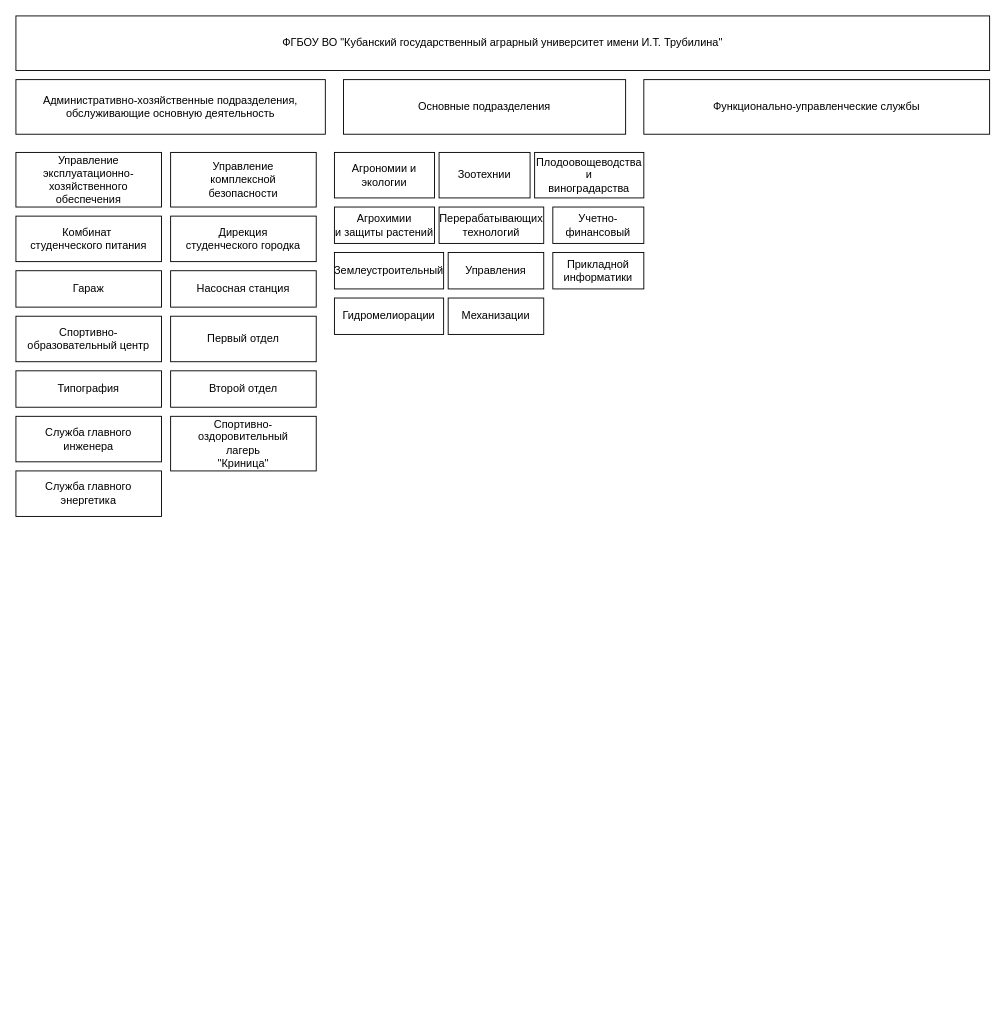
The draw.io diagram Диаграмма без названия.drawio in dariaperepechina/graph, before the edit. Source tidied: cells renumbered, new cells numbered last; positions are measured from the earlier drawing's top-left corner, leaving out a move shared by most shapes. Both pictures are drawn from the tidied source at 91%, with x=0, y=0 at pixel (15, 15).
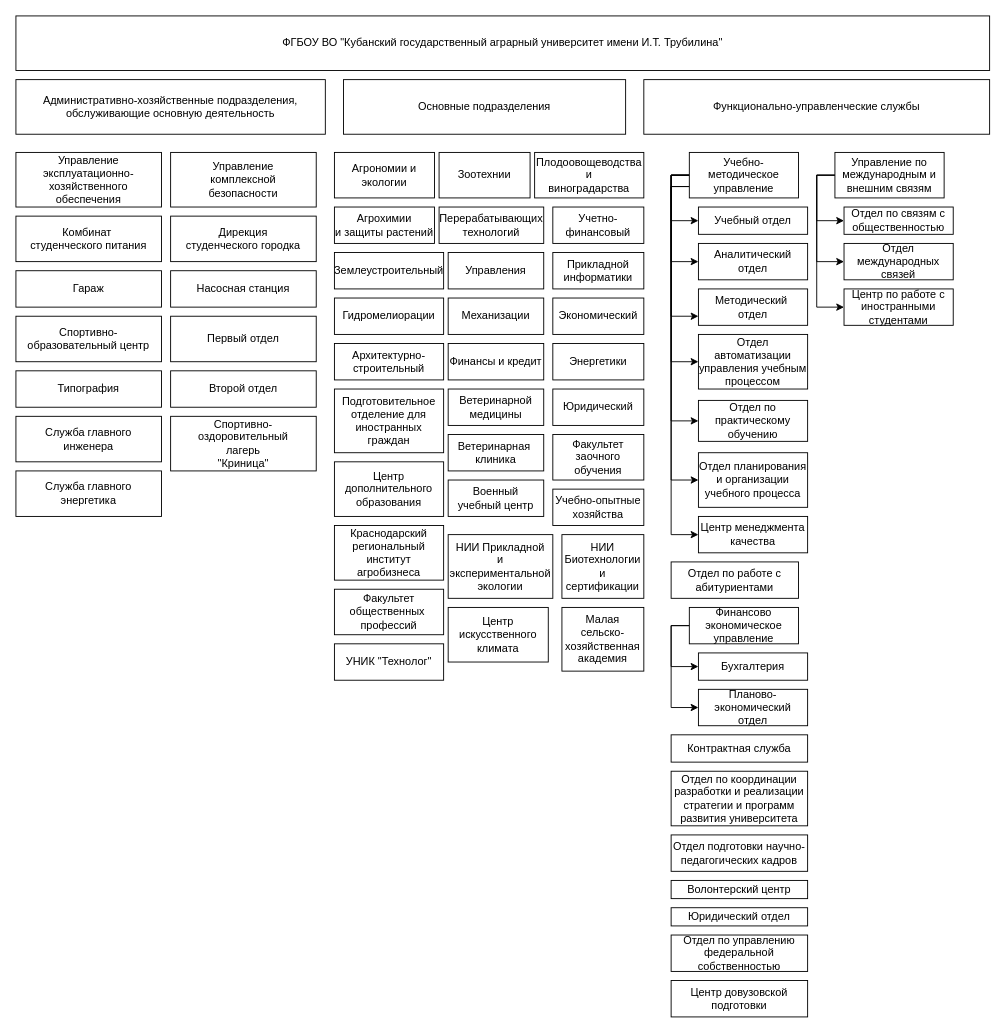
The same page after the edit.

Diff of the diagram source:
```diff
@@
+    <mxCell id="30" value="Экономический" style="rounded=0;whiteSpace=wrap;html=1;" parent="1" vertex="1">
+      <mxGeometry x="590" y="310" width="100" height="40" as="geometry" />
+    </mxCell>
+    <mxCell id="31" value="Архитектурно-&lt;br&gt;строительный" style="rounded=0;whiteSpace=wrap;html=1;" parent="1" vertex="1">
+      <mxGeometry x="350" y="360" width="120" height="40" as="geometry" />
+    </mxCell>
+    <mxCell id="32" value="Финансы и кредит" style="rounded=0;whiteSpace=wrap;html=1;" parent="1" vertex="1">
+      <mxGeometry x="475" y="360" width="105" height="40" as="geometry" />
+    </mxCell>
+    <mxCell id="33" value="Энергетики" style="rounded=0;whiteSpace=wrap;html=1;" parent="1" vertex="1">
+      <mxGeometry x="590" y="360" width="100" height="40" as="geometry" />
+    </mxCell>
+    <mxCell id="34" value="Подготовительное&lt;br&gt;отделение для&lt;br&gt;иностранных&lt;br&gt;граждан" style="rounded=0;whiteSpace=wrap;html=1;" parent="1" vertex="1">
+      <mxGeometry x="350" y="410" width="120" height="70" as="geometry" />
+    </mxCell>
+    <mxCell id="35" value="Ветеринарной&lt;br&gt;медицины" style="rounded=0;whiteSpace=wrap;html=1;" parent="1" vertex="1">
+      <mxGeometry x="475" y="410" width="105" height="40" as="geometry" />
+    </mxCell>
+    <mxCell id="36" value="Юридический" style="rounded=0;whiteSpace=wrap;html=1;" parent="1" vertex="1">
+      <mxGeometry x="590" y="410" width="100" height="40" as="geometry" />
+    </mxCell>
+    <mxCell id="37" value="Центр&lt;br&gt;дополнительного&lt;br&gt;образования" style="rounded=0;whiteSpace=wrap;html=1;" parent="1" vertex="1">
+      <mxGeometry x="350" y="490" width="120" height="60" as="geometry" />
+    </mxCell>
+    <mxCell id="38" value="Ветеринарная&amp;nbsp;&lt;br&gt;клиника" style="rounded=0;whiteSpace=wrap;html=1;" parent="1" vertex="1">
+      <mxGeometry x="475" y="460" width="105" height="40" as="geometry" />
+    </mxCell>
+    <mxCell id="39" value="Факультет&lt;br&gt;заочного&lt;br&gt;обучения" style="rounded=0;whiteSpace=wrap;html=1;" parent="1" vertex="1">
+      <mxGeometry x="590" y="460" width="100" height="50" as="geometry" />
+    </mxCell>
+    <mxCell id="40" value="Краснодарский&lt;br&gt;региональный&lt;br&gt;институт&lt;br&gt;агробизнеса" style="rounded=0;whiteSpace=wrap;html=1;" parent="1" vertex="1">
+      <mxGeometry x="350" y="560" width="120" height="60" as="geometry" />
+    </mxCell>
+    <mxCell id="41" value="Военный&lt;br&gt;учебный центр" style="rounded=0;whiteSpace=wrap;html=1;" parent="1" vertex="1">
+      <mxGeometry x="475" y="510" width="105" height="40" as="geometry" />
+    </mxCell>
+    <mxCell id="42" value="Учебно-опытные&lt;br&gt;хозяйства" style="rounded=0;whiteSpace=wrap;html=1;" parent="1" vertex="1">
+      <mxGeometry x="590" y="520" width="100" height="40" as="geometry" />
+    </mxCell>
+    <mxCell id="43" value="Факультет&lt;br&gt;общественных&amp;nbsp;&lt;br&gt;профессий" style="rounded=0;whiteSpace=wrap;html=1;" parent="1" vertex="1">
+      <mxGeometry x="350" y="630" width="120" height="50" as="geometry" />
+    </mxCell>
+    <mxCell id="44" value="УНИК &quot;Технолог&quot;" style="rounded=0;whiteSpace=wrap;html=1;" parent="1" vertex="1">
+      <mxGeometry x="350" y="690" width="120" height="40" as="geometry" />
+    </mxCell>
+    <mxCell id="45" value="НИИ Прикладной&lt;br&gt;и&lt;br&gt;экспериментальной&lt;br&gt;экологии" style="rounded=0;whiteSpace=wrap;html=1;" parent="1" vertex="1">
+      <mxGeometry x="475" y="570" width="115" height="70" as="geometry" />
+    </mxCell>
+    <mxCell id="46" value="Центр&lt;br&gt;искусственного&lt;br&gt;климата" style="rounded=0;whiteSpace=wrap;html=1;" parent="1" vertex="1">
+      <mxGeometry x="475" y="650" width="110" height="60" as="geometry" />
+    </mxCell>
+    <mxCell id="47" value="НИИ&lt;br&gt;Биотехнологии&lt;br&gt;и&lt;br&gt;сертификации" style="rounded=0;whiteSpace=wrap;html=1;" parent="1" vertex="1">
+      <mxGeometry x="600" y="570" width="90" height="70" as="geometry" />
+    </mxCell>
+    <mxCell id="48" value="Малая&lt;br&gt;сельско-&lt;br&gt;хозяйственная академия" style="rounded=0;whiteSpace=wrap;html=1;" parent="1" vertex="1">
+      <mxGeometry x="600" y="650" width="90" height="70" as="geometry" />
+    </mxCell>
+    <mxCell id="49" style="edgeStyle=orthogonalEdgeStyle;rounded=0;jettySize=auto;html=1;exitX=0;exitY=0.5;exitDx=0;exitDy=0;entryX=0;entryY=0.5;entryDx=0;entryDy=0;" parent="1" edge="1" source="56" target="57">
+      <mxGeometry relative="1" as="geometry" />
+    </mxCell>
+    <mxCell id="50" style="edgeStyle=orthogonalEdgeStyle;rounded=0;jettySize=auto;html=1;exitX=0;exitY=0.5;exitDx=0;exitDy=0;entryX=0;entryY=0.5;entryDx=0;entryDy=0;" parent="1" edge="1" source="56" target="58">
+      <mxGeometry relative="1" as="geometry" />
+    </mxCell>
+    <mxCell id="51" style="edgeStyle=orthogonalEdgeStyle;rounded=0;jettySize=auto;html=1;exitX=0;exitY=0.5;exitDx=0;exitDy=0;entryX=0;entryY=0.75;entryDx=0;entryDy=0;" parent="1" edge="1" source="56" target="59">
+      <mxGeometry relative="1" as="geometry" />
+    </mxCell>
+    <mxCell id="52" style="edgeStyle=orthogonalEdgeStyle;rounded=0;jettySize=auto;html=1;exitX=0;exitY=0.75;exitDx=0;exitDy=0;entryX=0;entryY=0.5;entryDx=0;entryDy=0;" parent="1" edge="1" source="56" target="60">
+      <mxGeometry relative="1" as="geometry" />
+    </mxCell>
+    <mxCell id="53" style="edgeStyle=orthogonalEdgeStyle;rounded=0;jettySize=auto;html=1;exitX=0;exitY=0.75;exitDx=0;exitDy=0;entryX=0;entryY=0.5;entryDx=0;entryDy=0;" parent="1" edge="1" source="56" target="61">
+      <mxGeometry relative="1" as="geometry">
+        <Array as="points">
+          <mxPoint x="720" y="188" />
+          <mxPoint x="720" y="445" />
+        </Array>
+      </mxGeometry>
+    </mxCell>
+    <mxCell id="54" style="edgeStyle=orthogonalEdgeStyle;rounded=0;jettySize=auto;html=1;exitX=0;exitY=0.5;exitDx=0;exitDy=0;entryX=0;entryY=0.5;entryDx=0;entryDy=0;" parent="1" edge="1" source="56" target="62">
+      <mxGeometry relative="1" as="geometry" />
+    </mxCell>
+    <mxCell id="55" style="edgeStyle=orthogonalEdgeStyle;rounded=0;jettySize=auto;html=1;exitX=0;exitY=0.5;exitDx=0;exitDy=0;entryX=0;entryY=0.5;entryDx=0;entryDy=0;" parent="1" edge="1" source="56" target="63">
+      <mxGeometry relative="1" as="geometry" />
+    </mxCell>
+    <mxCell id="56" value="Учебно-методическое&lt;br&gt;управление" style="rounded=0;whiteSpace=wrap;html=1;" parent="1" vertex="1">
+      <mxGeometry x="740" y="150" width="120" height="50" as="geometry" />
+    </mxCell>
+    <mxCell id="57" value="Учебный отдел" style="rounded=0;whiteSpace=wrap;html=1;" parent="1" vertex="1">
+      <mxGeometry x="750" y="210" width="120" height="30" as="geometry" />
+    </mxCell>
+    <mxCell id="58" value="Аналитический&lt;br&gt;отдел" style="rounded=0;whiteSpace=wrap;html=1;" parent="1" vertex="1">
+      <mxGeometry x="750" y="250" width="120" height="40" as="geometry" />
+    </mxCell>
+    <mxCell id="59" value="Методический&amp;nbsp;&lt;br&gt;отдел" style="rounded=0;whiteSpace=wrap;html=1;" parent="1" vertex="1">
+      <mxGeometry x="750" y="300" width="120" height="40" as="geometry" />
+    </mxCell>
+    <mxCell id="60" value="Отдел автоматизации управления учебным процессом" style="rounded=0;whiteSpace=wrap;html=1;" parent="1" vertex="1">
+      <mxGeometry x="750" y="350" width="120" height="60" as="geometry" />
+    </mxCell>
+    <mxCell id="61" value="Отдел по практическому обучению" style="rounded=0;whiteSpace=wrap;html=1;" parent="1" vertex="1">
+      <mxGeometry x="750" y="422.5" width="120" height="45" as="geometry" />
+    </mxCell>
+    <mxCell id="62" value="Отдел планирования и организации учебного процесса" style="rounded=0;whiteSpace=wrap;html=1;" parent="1" vertex="1">
+      <mxGeometry x="750" y="480" width="120" height="60" as="geometry" />
+    </mxCell>
+    <mxCell id="63" value="Центр менеджмента качества" style="rounded=0;whiteSpace=wrap;html=1;" parent="1" vertex="1">
+      <mxGeometry x="750" y="550" width="120" height="40" as="geometry" />
+    </mxCell>
+    <mxCell id="64" value="Отдел по работе с абитуриентами" style="rounded=0;whiteSpace=wrap;html=1;" parent="1" vertex="1">
+      <mxGeometry x="720" y="600" width="140" height="40" as="geometry" />
+    </mxCell>
+    <mxCell id="65" style="edgeStyle=orthogonalEdgeStyle;rounded=0;jettySize=auto;html=1;exitX=0;exitY=0.5;exitDx=0;exitDy=0;entryX=0;entryY=0.5;entryDx=0;entryDy=0;" parent="1" edge="1" source="67" target="68">
+      <mxGeometry relative="1" as="geometry" />
+    </mxCell>
+    <mxCell id="66" style="edgeStyle=orthogonalEdgeStyle;rounded=0;jettySize=auto;html=1;exitX=0;exitY=0.5;exitDx=0;exitDy=0;entryX=0;entryY=0.5;entryDx=0;entryDy=0;" parent="1" edge="1" source="67" target="69">
+      <mxGeometry relative="1" as="geometry" />
+    </mxCell>
+    <mxCell id="67" value="Финансово экономическое управление" style="rounded=0;whiteSpace=wrap;html=1;" parent="1" vertex="1">
+      <mxGeometry x="740" y="650" width="120" height="40" as="geometry" />
+    </mxCell>
+    <mxCell id="68" value="Бухгалтерия" style="rounded=0;whiteSpace=wrap;html=1;" parent="1" vertex="1">
+      <mxGeometry x="750" y="700" width="120" height="30" as="geometry" />
+    </mxCell>
+    <mxCell id="69" value="Планово-экономический отдел" style="rounded=0;whiteSpace=wrap;html=1;" parent="1" vertex="1">
+      <mxGeometry x="750" y="740" width="120" height="40" as="geometry" />
+    </mxCell>
+    <mxCell id="70" value="Контрактная служба" style="rounded=0;whiteSpace=wrap;html=1;" parent="1" vertex="1">
+      <mxGeometry x="720" y="790" width="150" height="30" as="geometry" />
+    </mxCell>
+    <mxCell id="71" value="Отдел по координации разработки и реализации стратегии и программ развития университета" style="rounded=0;whiteSpace=wrap;html=1;" parent="1" vertex="1">
+      <mxGeometry x="720" y="830" width="150" height="60" as="geometry" />
+    </mxCell>
+    <mxCell id="72" value="Отдел подготовки научно- педагогических кадров" style="rounded=0;whiteSpace=wrap;html=1;" parent="1" vertex="1">
+      <mxGeometry x="720" y="900" width="150" height="40" as="geometry" />
+    </mxCell>
+    <mxCell id="73" value="Волонтерский центр" style="rounded=0;whiteSpace=wrap;html=1;" parent="1" vertex="1">
+      <mxGeometry x="720" y="950" width="150" height="20" as="geometry" />
+    </mxCell>
+    <mxCell id="74" value="Юридический отдел" style="rounded=0;whiteSpace=wrap;html=1;" parent="1" vertex="1">
+      <mxGeometry x="720" y="980" width="150" height="20" as="geometry" />
+    </mxCell>
+    <mxCell id="75" value="Отдел по управлению федеральной собственностью" style="rounded=0;whiteSpace=wrap;html=1;" parent="1" vertex="1">
+      <mxGeometry x="720" y="1010" width="150" height="40" as="geometry" />
+    </mxCell>
+    <mxCell id="76" value="Центр довузовской подготовки" style="rounded=0;whiteSpace=wrap;html=1;" parent="1" vertex="1">
+      <mxGeometry x="720" y="1060" width="150" height="40" as="geometry" />
+    </mxCell>
+    <mxCell id="77" style="edgeStyle=orthogonalEdgeStyle;rounded=0;jettySize=auto;html=1;exitX=0;exitY=0.5;exitDx=0;exitDy=0;entryX=0;entryY=0.5;entryDx=0;entryDy=0;" parent="1" edge="1" source="80" target="81">
+      <mxGeometry relative="1" as="geometry" />
+    </mxCell>
+    <mxCell id="78" style="edgeStyle=orthogonalEdgeStyle;rounded=0;jettySize=auto;html=1;exitX=0;exitY=0.5;exitDx=0;exitDy=0;entryX=0;entryY=0.5;entryDx=0;entryDy=0;" parent="1" edge="1" source="80" target="82">
+      <mxGeometry relative="1" as="geometry" />
+    </mxCell>
+    <mxCell id="79" style="edgeStyle=orthogonalEdgeStyle;rounded=0;jettySize=auto;html=1;exitX=0;exitY=0.5;exitDx=0;exitDy=0;entryX=0;entryY=0.5;entryDx=0;entryDy=0;" parent="1" edge="1" source="80" target="83">
+      <mxGeometry relative="1" as="geometry" />
+    </mxCell>
+    <mxCell id="80" value="Управление по международным и внешним связям" style="rounded=0;whiteSpace=wrap;html=1;" parent="1" vertex="1">
+      <mxGeometry x="900" y="150" width="120" height="50" as="geometry" />
+    </mxCell>
+    <mxCell id="81" value="Отдел по связям с общественностью" style="rounded=0;whiteSpace=wrap;html=1;" parent="1" vertex="1">
+      <mxGeometry x="910" y="210" width="120" height="30" as="geometry" />
+    </mxCell>
+    <mxCell id="82" value="Отдел международных связей" style="rounded=0;whiteSpace=wrap;html=1;" parent="1" vertex="1">
+      <mxGeometry x="910" y="250" width="120" height="40" as="geometry" />
+    </mxCell>
+    <mxCell id="83" value="Центр по работе с иностранными студентами" style="rounded=0;whiteSpace=wrap;html=1;" parent="1" vertex="1">
+      <mxGeometry x="910" y="300" width="120" height="40" as="geometry" />
+    </mxCell>
```
